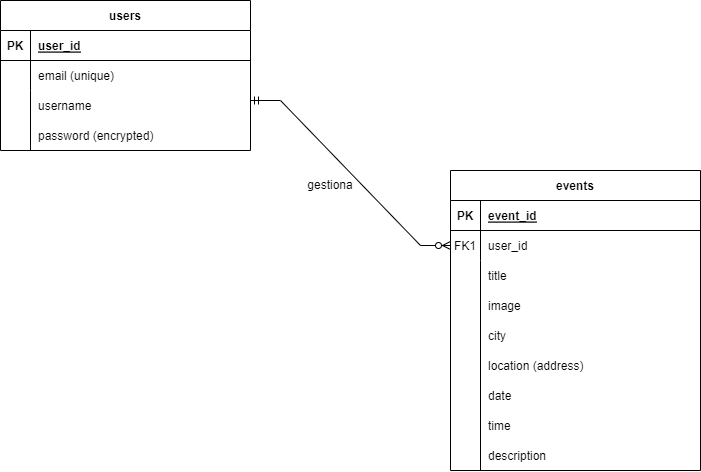
The draw.io diagram user-event.drawio.png in CristinaMateo/Batec_de_Festa, before a commit. Source tidied: cells renumbered, new cells last; positions are measured from the earlier drawing's top-left corner, leaving out a move shared by most shapes.
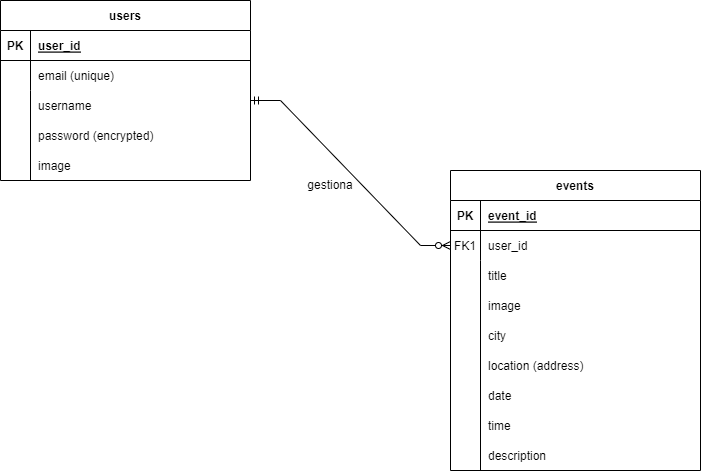
The same diagram one commit later.

Change to the diagram source:
```diff
@@ -33,7 +33,7 @@
       <mxGeometry x="30" width="220" height="30" as="geometry" />
     </mxCell>
     <mxCell id="12" value="users" style="shape=table;startSize=30;rowLines=0;fontStyle=1;align=center;" parent="1" vertex="1">
-      <mxGeometry width="250" height="150" as="geometry" />
+      <mxGeometry width="250" height="180" as="geometry" />
     </mxCell>
     <mxCell id="13" style="shape=partialRectangle;fillColor=none;top=0;left=0;right=0;bottom=1;" parent="12" vertex="1">
       <mxGeometry y="30" width="250" height="30" as="geometry" />
@@ -61,7 +61,7 @@
     </mxCell>
     <mxCell id="21" style="endArrow=none;html=1;rounded=0;" parent="1" edge="1">
       <mxGeometry relative="1" as="geometry">
-        <mxPoint x="30" y="150" as="sourcePoint" />
+        <mxPoint x="30" y="180" as="sourcePoint" />
         <mxPoint x="30" y="90" as="targetPoint" />
       </mxGeometry>
     </mxCell>
@@ -101,5 +101,8 @@
     <mxCell id="30" value="gestiona" style="text;html=1;strokeColor=none;fillColor=none;align=center;verticalAlign=middle;whiteSpace=wrap;rounded=0;" parent="1" vertex="1">
       <mxGeometry x="300" y="170" width="60" height="30" as="geometry" />
     </mxCell>
+    <mxCell id="31" value="image" style="shape=partialRectangle;overflow=hidden;fillColor=none;top=0;left=0;bottom=0;right=0;align=left;spacingLeft=6;" parent="1" vertex="1">
+      <mxGeometry x="30" y="150" width="220" height="30" as="geometry" />
+    </mxCell>
   </root>
 </mxGraphModel>
```
